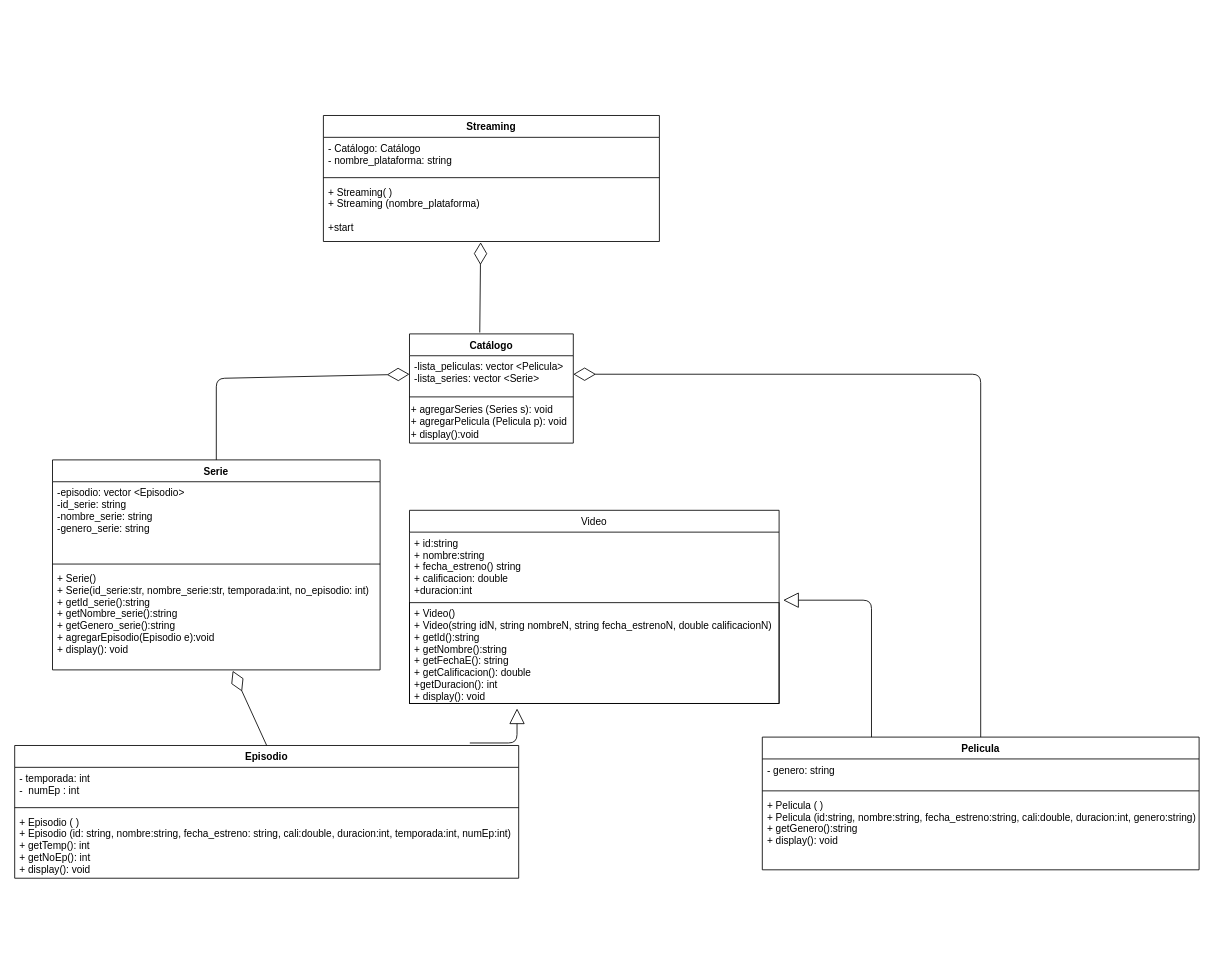
This is streamingHerencia.drawio from FJ22-TC1030/proyectointegrador-A01748800, a draw.io file, before an edit. Source tidied: cells renumbered, new cells numbered last; positions are measured from the earlier drawing's top-left corner, leaving out a move shared by most shapes. Both pictures are drawn from the tidied source at 84%, with x=0, y=0 at pixel (14, 115).
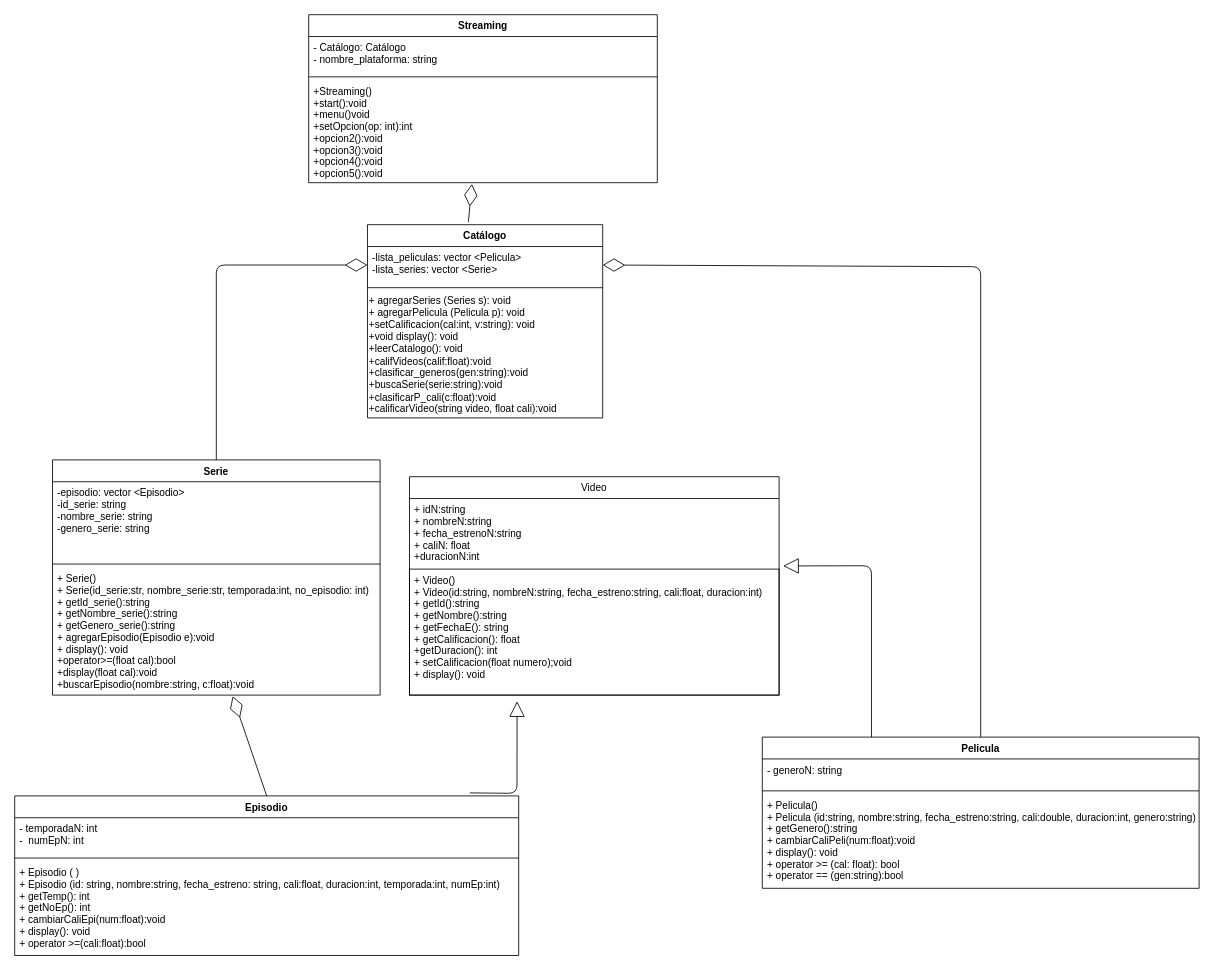
After the change.

Diff of the diagram source:
```diff
@@
     <mxCell id="2" value="Streaming" style="swimlane;fontStyle=1;align=center;verticalAlign=top;horizontal=1;startSize=26;" parent="1" vertex="1">
-      <mxGeometry x="367.5" width="400" height="150" as="geometry" />
+      <mxGeometry x="350" y="-120" width="415" height="200" as="geometry" />
     </mxCell>
     <mxCell id="3" value="- Catálogo: Catálogo&#10;- nombre_plataforma: string" style="text;strokeColor=none;fillColor=none;align=left;verticalAlign=top;spacingLeft=4;spacingRight=4;overflow=hidden;" parent="2" vertex="1">
-      <mxGeometry y="26" width="400" height="44" as="geometry" />
+      <mxGeometry y="26" width="415" height="44" as="geometry" />
     </mxCell>
     <mxCell id="4" style="line;strokeWidth=1;fillColor=none;align=left;verticalAlign=middle;spacingTop=-1;spacingLeft=3;spacingRight=3;labelPosition=right;" parent="2" vertex="1">
-      <mxGeometry y="70" width="400" height="8" as="geometry" />
+      <mxGeometry y="70" width="415" height="8" as="geometry" />
     </mxCell>
-    <mxCell id="5" value="+ Streaming( )&#10;+ Streaming (nombre_plataforma)&#10;&#10;+start" style="text;strokeColor=none;fillColor=none;align=left;verticalAlign=top;spacingLeft=4;spacingRight=4;overflow=hidden;points=[[0,0.5],[1,0.5]];portConstraint=eastwest;" parent="2" vertex="1">
-      <mxGeometry y="78" width="400" height="72" as="geometry" />
+    <mxCell id="5" value="+Streaming()&#10;+start():void&#10;+menu()void&#10;+setOpcion(op: int):int&#10;+opcion2():void&#10;+opcion3():void    &#10;+opcion4():void&#10;+opcion5():void" style="text;strokeColor=none;fillColor=none;align=left;verticalAlign=top;spacingLeft=4;spacingRight=4;overflow=hidden;points=[[0,0.5],[1,0.5]];portConstraint=eastwest;" parent="2" vertex="1">
+      <mxGeometry y="78" width="415" height="122" as="geometry" />
     </mxCell>
     <mxCell id="6" value="Catálogo" style="swimlane;fontStyle=1;align=center;verticalAlign=top;horizontal=1;startSize=26;" parent="1" vertex="1">
-      <mxGeometry x="470" y="260" width="195" height="130" as="geometry" />
+      <mxGeometry x="420" y="130" width="280" height="230" as="geometry" />
     </mxCell>
     <mxCell id="7" value="-lista_peliculas: vector &lt;Pelicula&gt;&#10;-lista_series: vector &lt;Serie&gt;&#10;&#10;" style="text;strokeColor=none;fillColor=none;align=left;verticalAlign=top;spacingLeft=4;spacingRight=4;overflow=hidden;points=[[0,0.5],[1,0.5]];portConstraint=eastwest;" parent="6" vertex="1">
-      <mxGeometry y="26" width="195" height="44" as="geometry" />
+      <mxGeometry y="26" width="280" height="44" as="geometry" />
     </mxCell>
     <mxCell id="8" style="line;strokeWidth=1;fillColor=none;align=left;verticalAlign=middle;spacingTop=-1;spacingLeft=3;spacingRight=3;labelPosition=right;" parent="6" vertex="1">
-      <mxGeometry y="70" width="195" height="10" as="geometry" />
+      <mxGeometry y="70" width="280" height="10" as="geometry" />
     </mxCell>
-    <mxCell id="9" value="+ agregarSeries (Series s): void&lt;br&gt;+ agregarPelicula (Pelicula p): void&lt;br&gt;+ display():void" style="text;html=1;align=left;verticalAlign=middle;strokeColor=none;fillColor=none;" parent="6" vertex="1">
-      <mxGeometry y="80" width="195" height="50" as="geometry" />
+    <mxCell id="9" value="+ agregarSeries (Series s): void&lt;br&gt;+ agregarPelicula (Pelicula p): void&lt;br&gt;&lt;div&gt;+setCalificacion(cal:int, v:string): void&lt;/div&gt;&lt;div&gt;+void display(): void&lt;/div&gt;&lt;div&gt;+leerCatalogo(): void&lt;/div&gt;&lt;div&gt;+califVideos(calif:float):void&amp;nbsp;&lt;/div&gt;&lt;div&gt;+clasificar_generos(gen:string):void&lt;/div&gt;&lt;div&gt;+buscaSerie(serie:string):void&lt;/div&gt;&lt;div&gt;+clasificarP_cali(c:float):void&lt;/div&gt;&lt;div&gt;+calificarVideo(string video, float cali):void&lt;/div&gt;" style="text;html=1;align=left;verticalAlign=middle;strokeColor=none;fillColor=none;" parent="6" vertex="1">
+      <mxGeometry y="80" width="280" height="150" as="geometry" />
     </mxCell>
     <mxCell id="10" value="Episodio" style="swimlane;fontStyle=1;align=center;verticalAlign=top;horizontal=1;startSize=26;" parent="1" vertex="1">
-      <mxGeometry y="750" width="600" height="158" as="geometry" />
+      <mxGeometry y="810" width="600" height="190" as="geometry" />
     </mxCell>
-    <mxCell id="11" value="- temporada: int&#10;-  numEp : int&#10;" style="text;strokeColor=none;fillColor=none;align=left;verticalAlign=top;spacingLeft=4;spacingRight=4;overflow=hidden;" parent="10" vertex="1">
+    <mxCell id="11" value="- temporadaN: int&#10;-  numEpN: int&#10;" style="text;strokeColor=none;fillColor=none;align=left;verticalAlign=top;spacingLeft=4;spacingRight=4;overflow=hidden;" parent="10" vertex="1">
       <mxGeometry y="26" width="600" height="44" as="geometry" />
     </mxCell>
@@
-    <mxCell id="13" value="+ Episodio ( )&#10;+ Episodio (id: string, nombre:string, fecha_estreno: string, cali:double, duracion:int, temporada:int, numEp:int)&#10;+ getTemp(): int&#10;+ getNoEp(): int&#10;+ display(): void&#10;" style="text;strokeColor=none;fillColor=none;align=left;verticalAlign=top;spacingLeft=4;spacingRight=4;overflow=hidden;" parent="10" vertex="1">
-      <mxGeometry y="78" width="600" height="80" as="geometry" />
+    <mxCell id="13" value="+ Episodio ( )&#10;+ Episodio (id: string, nombre:string, fecha_estreno: string, cali:float, duracion:int, temporada:int, numEp:int)&#10;+ getTemp(): int&#10;+ getNoEp(): int&#10;+ cambiarCaliEpi(num:float):void&#10;+ display(): void&#10;+ operator &gt;=(cali:float):bool&#10;" style="text;strokeColor=none;fillColor=none;align=left;verticalAlign=top;spacingLeft=4;spacingRight=4;overflow=hidden;" parent="10" vertex="1">
+      <mxGeometry y="78" width="600" height="112" as="geometry" />
     </mxCell>
     <mxCell id="14" value="Pelicula" style="swimlane;fontStyle=1;align=center;verticalAlign=top;horizontal=1;startSize=26;" parent="1" vertex="1">
-      <mxGeometry x="890" y="740" width="520" height="158" as="geometry" />
+      <mxGeometry x="890" y="740" width="520" height="180" as="geometry" />
     </mxCell>
-    <mxCell id="15" value="- genero: string&#10;" style="text;strokeColor=none;fillColor=none;align=left;verticalAlign=top;spacingLeft=4;spacingRight=4;overflow=hidden;" parent="14" vertex="1">
+    <mxCell id="15" value="- generoN: string&#10;" style="text;strokeColor=none;fillColor=none;align=left;verticalAlign=top;spacingLeft=4;spacingRight=4;overflow=hidden;" parent="14" vertex="1">
       <mxGeometry y="26" width="520" height="34" as="geometry" />
     </mxCell>
@@
-    <mxCell id="17" value="+ Pelicula ( )&#10;+ Pelicula (id:string, nombre:string, fecha_estreno:string, cali:double, duracion:int, genero:string)&#10;+ getGenero():string&#10;+ display(): void" style="text;strokeColor=none;fillColor=none;align=left;verticalAlign=top;spacingLeft=4;spacingRight=4;overflow=hidden;" parent="14" vertex="1">
-      <mxGeometry y="68" width="520" height="90" as="geometry" />
+    <mxCell id="17" value="+ Pelicula()&#10;+ Pelicula (id:string, nombre:string, fecha_estreno:string, cali:double, duracion:int, genero:string)&#10;+ getGenero():string&#10;+ cambiarCaliPeli(num:float):void &#10;+ display(): void&#10;+ operator &gt;= (cal: float): bool&#10;+ operator == (gen:string):bool&#10;" style="text;strokeColor=none;fillColor=none;align=left;verticalAlign=top;spacingLeft=4;spacingRight=4;overflow=hidden;" parent="14" vertex="1">
+      <mxGeometry y="68" width="520" height="112" as="geometry" />
     </mxCell>
@@
     <mxCell id="19" style="endArrow=diamondThin;endFill=0;endSize=24;html=1;exitX=0.5;exitY=0;exitDx=0;exitDy=0;entryX=0;entryY=0.5;entryDx=0;entryDy=0;" parent="1" edge="1" source="25" target="7">
       <mxGeometry relative="1" as="geometry">
         <Array as="points">
-          <mxPoint x="240" y="313" />
+          <mxPoint x="240" y="178" />
         </Array>
       </mxGeometry>
     </mxCell>
     <mxCell id="20" style="endArrow=diamondThin;endFill=0;endSize=24;html=1;entryX=1;entryY=0.5;entryDx=0;entryDy=0;exitX=0.5;exitY=0;exitDx=0;exitDy=0;" parent="1" edge="1" source="14" target="7">
       <mxGeometry relative="1" as="geometry">
         <Array as="points">
-          <mxPoint x="1150" y="308" />
+          <mxPoint x="1150" y="180" />
         </Array>
       </mxGeometry>
     </mxCell>
     <mxCell id="21" value="Video" style="swimlane;fontStyle=0;horizontal=1;startSize=26;fillColor=none;strokeColor=default;" parent="1" vertex="1">
-      <mxGeometry x="470" y="470" width="440" height="230" as="geometry" />
+      <mxGeometry x="470" y="430" width="440" height="260" as="geometry" />
     </mxCell>
-    <mxCell id="22" value="+ id:string&#10;+ nombre:string&#10;+ fecha_estreno() string&#10;+ calificacion: double&#10;+duracion:int" style="text;strokeColor=none;fillColor=none;align=left;verticalAlign=top;spacingLeft=4;spacingRight=4;overflow=hidden;" parent="21" vertex="1">
+    <mxCell id="22" value="+ idN:string&#10;+ nombreN:string&#10;+ fecha_estrenoN:string&#10;+ caliN: float&#10;+duracionN:int" style="text;strokeColor=none;fillColor=none;align=left;verticalAlign=top;spacingLeft=4;spacingRight=4;overflow=hidden;" parent="21" vertex="1">
       <mxGeometry y="26" width="440" height="84" as="geometry" />
     </mxCell>
-    <mxCell id="23" value="+ Video()&#10;+ Video(string idN, string nombreN, string fecha_estrenoN, double calificacionN)&#10;+ getId():string&#10;+ getNombre():string&#10;+ getFechaE(): string&#10;+ getCalificacion(): double&#10;+getDuracion(): int&#10;+ display(): void" style="text;strokeColor=default;fillColor=none;align=left;verticalAlign=top;spacingLeft=4;spacingRight=4;overflow=hidden;points=[[0,0.5],[1,0.5]];portConstraint=eastwest;" parent="21" vertex="1">
-      <mxGeometry y="110" width="440" height="120" as="geometry" />
+    <mxCell id="23" value="+ Video()&#10;+ Video(id:string, nombreN:string, fecha_estreno:string, cali:float, duracion:int)&#10;+ getId():string&#10;+ getNombre():string&#10;+ getFechaE(): string&#10;+ getCalificacion(): float&#10;+getDuracion(): int&#10;+ setCalificacion(float numero);void &#10;+ display(): void" style="text;strokeColor=default;fillColor=none;align=left;verticalAlign=top;spacingLeft=4;spacingRight=4;overflow=hidden;points=[[0,0.5],[1,0.5]];portConstraint=eastwest;" parent="21" vertex="1">
+      <mxGeometry y="110" width="440" height="150" as="geometry" />
     </mxCell>
@@
     <mxCell id="25" value="Serie" style="swimlane;fontStyle=1;align=center;verticalAlign=top;horizontal=1;startSize=26;" parent="1" vertex="1">
-      <mxGeometry x="45" y="410" width="390" height="250" as="geometry" />
+      <mxGeometry x="45" y="410" width="390" height="280" as="geometry" />
     </mxCell>
@@
-    <mxCell id="28" value="+ Serie()&#10;+ Serie(id_serie:str, nombre_serie:str, temporada:int, no_episodio: int)&#10;+ getId_serie():string&#10;+ getNombre_serie():string&#10;+ getGenero_serie():string&#10;+ agregarEpisodio(Episodio e):void&#10;+ display(): void&#10;" style="text;strokeColor=none;fillColor=none;align=left;verticalAlign=top;spacingLeft=4;spacingRight=4;overflow=hidden;points=[[0,0.5],[1,0.5]];portConstraint=eastwest;" parent="25" vertex="1">
-      <mxGeometry y="128" width="390" height="122" as="geometry" />
+    <mxCell id="28" value="+ Serie()&#10;+ Serie(id_serie:str, nombre_serie:str, temporada:int, no_episodio: int)&#10;+ getId_serie():string&#10;+ getNombre_serie():string&#10;+ getGenero_serie():string&#10;+ agregarEpisodio(Episodio e):void&#10;+ display(): void&#10;+operator&gt;=(float cal):bool&#10;+display(float cal):void&#10;+buscarEpisodio(nombre:string, c:float):void" style="text;strokeColor=none;fillColor=none;align=left;verticalAlign=top;spacingLeft=4;spacingRight=4;overflow=hidden;points=[[0,0.5],[1,0.5]];portConstraint=eastwest;" parent="25" vertex="1">
+      <mxGeometry y="128" width="390" height="152" as="geometry" />
     </mxCell>
     <mxCell id="29" style="endArrow=block;endSize=16;endFill=0;html=1;entryX=1.011;entryY=-0.025;entryDx=0;entryDy=0;entryPerimeter=0;exitX=0.25;exitY=0;exitDx=0;exitDy=0;" parent="1" edge="1" source="14" target="23">
       <mxGeometry relative="1" as="geometry">
         <Array as="points">
-          <mxPoint x="1020" y="577" />
+          <mxPoint x="1020" y="536" />
         </Array>
       </mxGeometry>
     </mxCell>
     <mxCell id="30" style="endArrow=block;endSize=16;endFill=0;html=1;entryX=0.291;entryY=1.049;entryDx=0;entryDy=0;entryPerimeter=0;exitX=0.903;exitY=-0.019;exitDx=0;exitDy=0;exitPerimeter=0;" parent="1" edge="1" source="10" target="23">
       <mxGeometry relative="1" as="geometry">
         <Array as="points">
-          <mxPoint x="598" y="747" />
+          <mxPoint x="598" y="807" />
         </Array>
       </mxGeometry>
     </mxCell>
```
